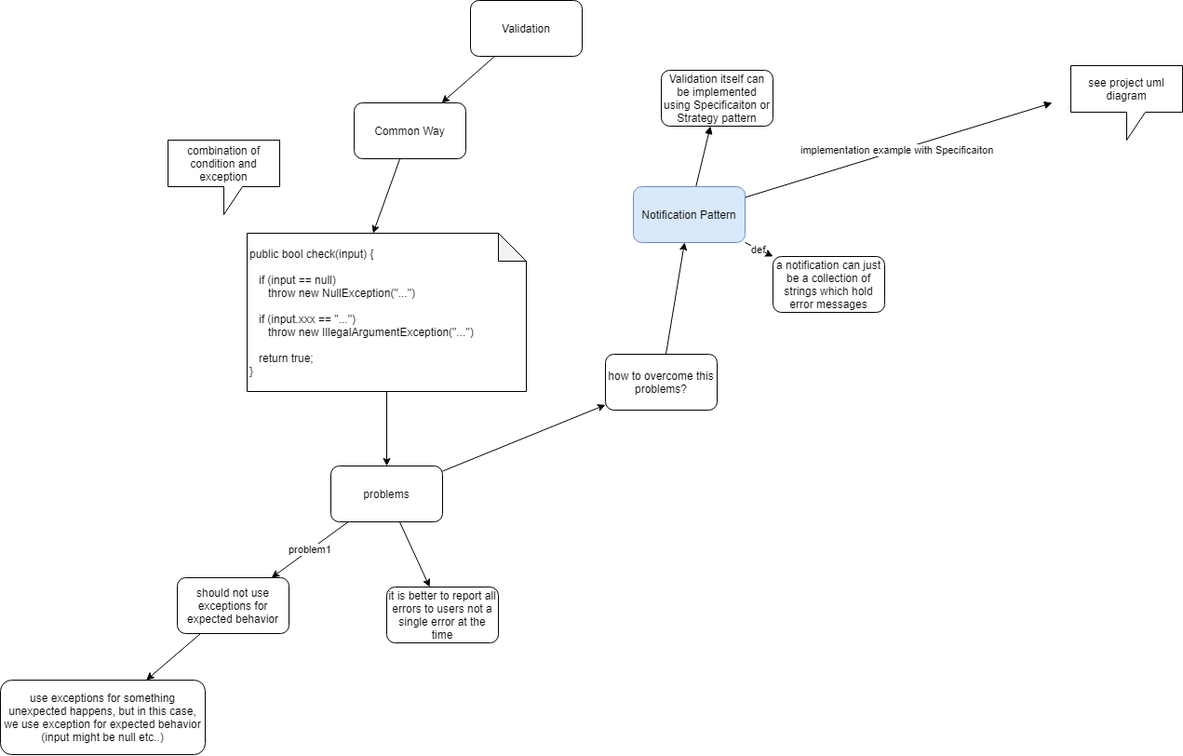
This is DDD_Validation_Overview.PNG from stsiwo/ddd_concept, a draw.io export, as it was before one commit. Source tidied: cells renumbered, new cells last; positions are measured from the earlier drawing's top-left corner, leaving out a move shared by most shapes.
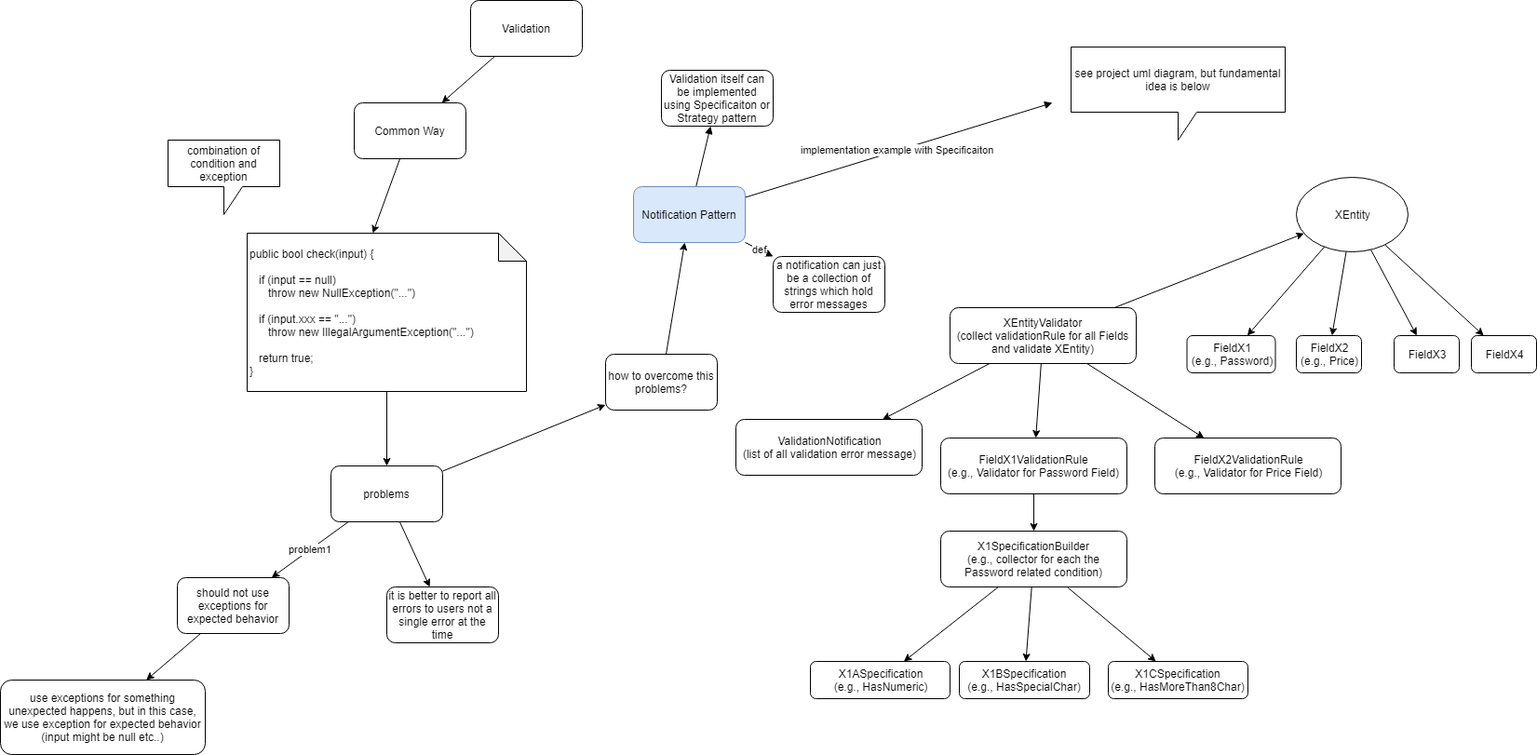
After the change.

Diff of the diagram source:
```diff
@@ -73,8 +73,83 @@
     <mxCell id="24" value="use exceptions for something unexpected happens, but in this case, we use exception for expected behavior (input might be null etc..)" style="rounded=1;whiteSpace=wrap;html=1;" parent="1" vertex="1">
       <mxGeometry y="730" width="220" height="80" as="geometry" />
     </mxCell>
-    <mxCell id="25" value="see project uml diagram" style="shape=callout;whiteSpace=wrap;html=1;perimeter=calloutPerimeter;" parent="1" vertex="1">
-      <mxGeometry x="1150" y="70" width="120" height="80" as="geometry" />
+    <mxCell id="25" value="see project uml diagram, but fundamental idea is below" style="shape=callout;whiteSpace=wrap;html=1;perimeter=calloutPerimeter;" parent="1" vertex="1">
+      <mxGeometry x="1150" y="50" width="230" height="100" as="geometry" />
     </mxCell>
+    <mxCell id="26" style="rounded=0;jettySize=auto;html=1;" parent="1" edge="1" source="30" target="31">
+      <mxGeometry relative="1" as="geometry" />
+    </mxCell>
+    <mxCell id="27" style="edgeStyle=none;rounded=0;jettySize=auto;html=1;" parent="1" edge="1" source="30" target="39">
+      <mxGeometry relative="1" as="geometry" />
+    </mxCell>
+    <mxCell id="28" style="edgeStyle=none;rounded=0;jettySize=auto;html=1;" parent="1" edge="1" source="30" target="40">
+      <mxGeometry relative="1" as="geometry" />
+    </mxCell>
+    <mxCell id="29" style="edgeStyle=none;rounded=0;jettySize=auto;html=1;" parent="1" edge="1" source="30" target="41">
+      <mxGeometry relative="1" as="geometry" />
+    </mxCell>
+    <mxCell id="30" value="XEntity" style="ellipse;whiteSpace=wrap;html=1;" parent="1" vertex="1">
+      <mxGeometry x="1392" y="190" width="120" height="80" as="geometry" />
+    </mxCell>
+    <mxCell id="31" value="FieldX1&lt;br&gt;(e.g., Password)" style="rounded=1;whiteSpace=wrap;html=1;" parent="1" vertex="1">
+      <mxGeometry x="1274.5" y="360" width="95" height="40" as="geometry" />
+    </mxCell>
+    <mxCell id="32" style="edgeStyle=none;rounded=0;jettySize=auto;html=1;" parent="1" edge="1" source="33" target="37">
+      <mxGeometry relative="1" as="geometry" />
+    </mxCell>
+    <mxCell id="33" value="FieldX1ValidationRule&lt;br&gt;(e.g., Validator for Password Field)" style="rounded=1;whiteSpace=wrap;html=1;" parent="1" vertex="1">
+      <mxGeometry x="1010" y="470" width="200" height="60" as="geometry" />
+    </mxCell>
+    <mxCell id="34" style="edgeStyle=none;rounded=0;jettySize=auto;html=1;" parent="1" edge="1" source="37" target="38">
+      <mxGeometry relative="1" as="geometry" />
+    </mxCell>
+    <mxCell id="35" style="edgeStyle=none;rounded=0;jettySize=auto;html=1;" parent="1" edge="1" source="37" target="42">
+      <mxGeometry relative="1" as="geometry" />
+    </mxCell>
+    <mxCell id="36" style="edgeStyle=none;rounded=0;jettySize=auto;html=1;" parent="1" edge="1" source="37" target="43">
+      <mxGeometry relative="1" as="geometry" />
+    </mxCell>
+    <mxCell id="37" value="X1SpecificationBuilder&lt;br&gt;(e.g., collector for each the Password related condition)" style="rounded=1;whiteSpace=wrap;html=1;" parent="1" vertex="1">
+      <mxGeometry x="1010" y="570" width="200" height="60" as="geometry" />
+    </mxCell>
+    <mxCell id="38" value="X1ASpecification&lt;br&gt;(e.g., HasNumeric)" style="rounded=1;whiteSpace=wrap;html=1;" parent="1" vertex="1">
+      <mxGeometry x="870" y="710" width="150" height="40" as="geometry" />
+    </mxCell>
+    <mxCell id="39" value="FieldX2&lt;br&gt;(e.g., Price)" style="rounded=1;whiteSpace=wrap;html=1;" parent="1" vertex="1">
+      <mxGeometry x="1392" y="360" width="70" height="40" as="geometry" />
+    </mxCell>
+    <mxCell id="40" value="FieldX3" style="rounded=1;whiteSpace=wrap;html=1;" parent="1" vertex="1">
+      <mxGeometry x="1497" y="360" width="70" height="40" as="geometry" />
+    </mxCell>
+    <mxCell id="41" value="FieldX4" style="rounded=1;whiteSpace=wrap;html=1;" parent="1" vertex="1">
+      <mxGeometry x="1580" y="360" width="70" height="40" as="geometry" />
+    </mxCell>
+    <mxCell id="42" value="X1BSpecification&lt;br&gt;(e.g., HasSpecialChar)" style="rounded=1;whiteSpace=wrap;html=1;" parent="1" vertex="1">
+      <mxGeometry x="1030" y="710" width="140" height="40" as="geometry" />
+    </mxCell>
+    <mxCell id="43" value="X1CSpecification&lt;br&gt;(e.g., HasMoreThan8Char)" style="rounded=1;whiteSpace=wrap;html=1;" parent="1" vertex="1">
+      <mxGeometry x="1190" y="710" width="150" height="40" as="geometry" />
+    </mxCell>
+    <mxCell id="44" style="edgeStyle=none;rounded=0;jettySize=auto;html=1;" parent="1" edge="1" source="48" target="33">
+      <mxGeometry relative="1" as="geometry" />
+    </mxCell>
+    <mxCell id="45" style="edgeStyle=none;rounded=0;jettySize=auto;html=1;" parent="1" edge="1" source="48" target="49">
+      <mxGeometry relative="1" as="geometry" />
+    </mxCell>
+    <mxCell id="46" style="edgeStyle=none;rounded=0;jettySize=auto;html=1;" parent="1" edge="1" source="48" target="30">
+      <mxGeometry relative="1" as="geometry" />
+    </mxCell>
+    <mxCell id="47" style="edgeStyle=none;rounded=0;jettySize=auto;html=1;" parent="1" edge="1" source="48" target="50">
+      <mxGeometry relative="1" as="geometry" />
+    </mxCell>
+    <mxCell id="48" value="XEntityValidator&lt;br&gt;(collect validationRule for all Fields and validate XEntity)" style="rounded=1;whiteSpace=wrap;html=1;" parent="1" vertex="1">
+      <mxGeometry x="1020" y="330" width="200" height="60" as="geometry" />
+    </mxCell>
+    <mxCell id="49" value="FieldX2ValidationRule&lt;br&gt;(e.g., Validator for Price Field)" style="rounded=1;whiteSpace=wrap;html=1;" parent="1" vertex="1">
+      <mxGeometry x="1240" y="470" width="200" height="60" as="geometry" />
+    </mxCell>
+    <mxCell id="50" value="ValidationNotification&lt;br&gt;(list of all validation error message)" style="rounded=1;whiteSpace=wrap;html=1;" parent="1" vertex="1">
+      <mxGeometry x="790" y="450" width="200" height="60" as="geometry" />
+    </mxCell>
   </root>
 </mxGraphModel>
```
